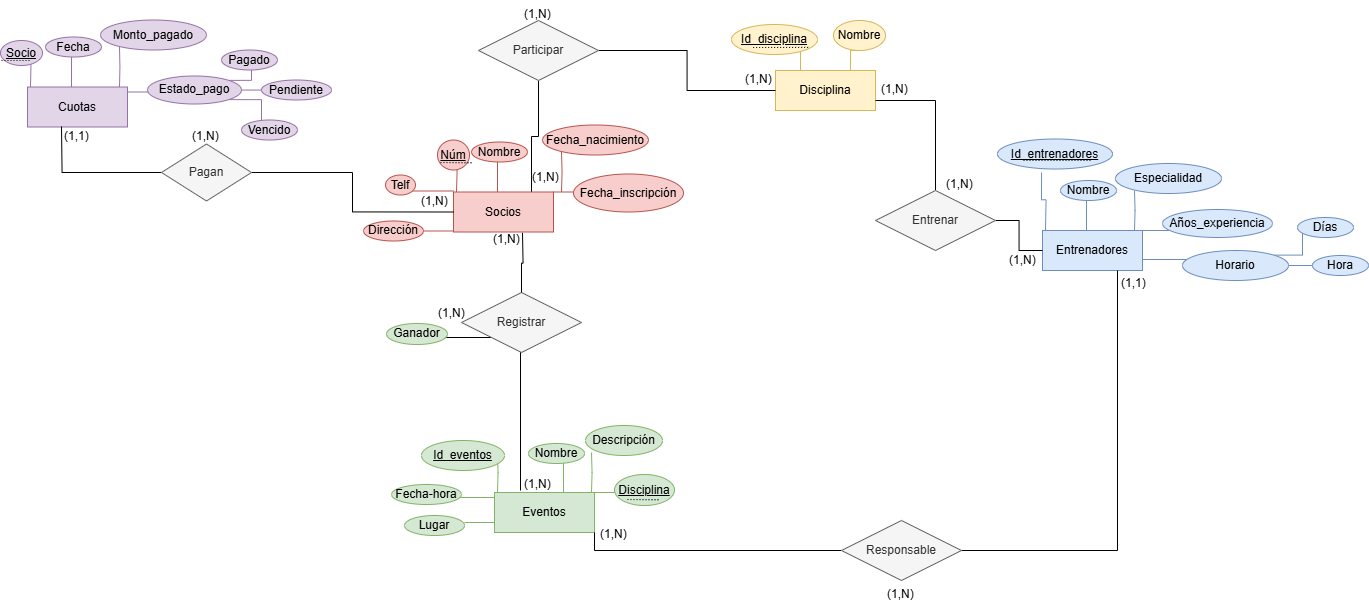
Above: bbdd/sheet04/ModeloER.drawio.png in Dorianaadc/Bootcamp (draw.io), before the change. Source tidied: cells renumbered, new cells last; positions are measured from the earlier drawing's top-left corner, leaving out a move shared by most shapes.
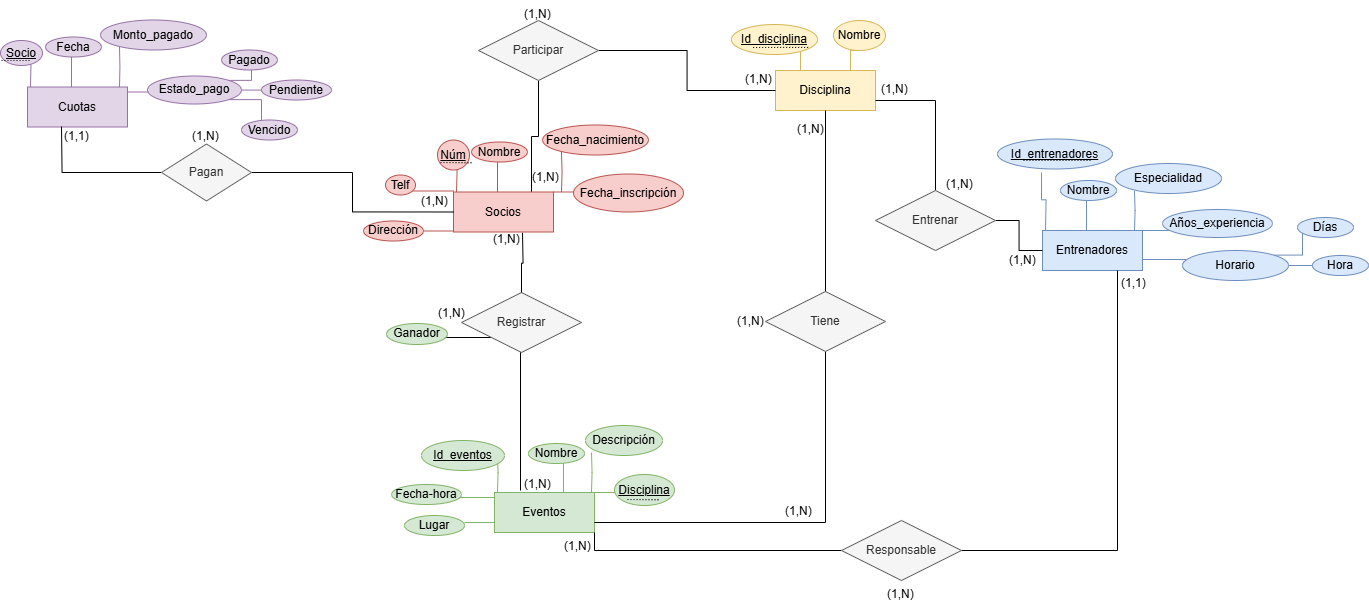
After the change.

Change to the diagram source:
```diff
@@ -175,6 +175,9 @@
     <mxCell id="40" value="Lugar" style="ellipse;whiteSpace=wrap;html=1;align=center;fillColor=#d5e8d4;strokeColor=#82b366;" parent="1" vertex="1">
       <mxGeometry x="404" y="515" width="60" height="20" as="geometry" />
     </mxCell>
+    <mxCell id="102" style="edgeStyle=orthogonalEdgeStyle;rounded=0;jettySize=auto;html=1;entryX=0.5;entryY=1;entryDx=0;entryDy=0;endArrow=none;startFill=0;exitX=1;exitY=0.75;exitDx=0;exitDy=0;" parent="1" edge="1" source="35" target="104">
+      <mxGeometry relative="1" as="geometry" />
+    </mxCell>
     <mxCell id="41" value="Disciplina" style="ellipse;whiteSpace=wrap;html=1;align=center;fillColor=#d5e8d4;strokeColor=#82b366;fontStyle=4;" parent="1" vertex="1">
       <mxGeometry x="614" y="474" width="60" height="31" as="geometry" />
     </mxCell>
@@ -268,6 +271,12 @@
     <mxCell id="63" value="Ganador" style="ellipse;whiteSpace=wrap;html=1;align=center;fillColor=#d5e8d4;strokeColor=#82b366;" parent="1" vertex="1">
       <mxGeometry x="386" y="323" width="61" height="21" as="geometry" />
     </mxCell>
+    <mxCell id="103" style="edgeStyle=orthogonalEdgeStyle;rounded=0;jettySize=auto;html=1;endArrow=none;startFill=0;" parent="1" edge="1" source="104" target="44">
+      <mxGeometry relative="1" as="geometry" />
+    </mxCell>
+    <mxCell id="104" value="Tiene" style="shape=rhombus;perimeter=rhombusPerimeter;whiteSpace=wrap;html=1;align=center;fillColor=#f5f5f5;fontColor=#333333;strokeColor=#666666;" parent="1" vertex="1">
+      <mxGeometry x="765" y="291" width="120" height="60" as="geometry" />
+    </mxCell>
     <mxCell id="64" value="(1,N)" style="text;strokeColor=none;fillColor=none;spacingLeft=4;spacingRight=4;overflow=hidden;fontSize=12;whiteSpace=wrap;html=1;" parent="1" vertex="1">
       <mxGeometry x="526" y="162.5" width="40" height="30" as="geometry" />
     </mxCell>
@@ -412,10 +421,19 @@
       <mxGeometry x="1115" y="269" width="40" height="30" as="geometry" />
     </mxCell>
     <mxCell id="100" value="(1,N)" style="text;strokeColor=none;fillColor=none;spacingLeft=4;spacingRight=4;overflow=hidden;fontSize=12;whiteSpace=wrap;html=1;" parent="1" vertex="1">
-      <mxGeometry x="594" y="520" width="40" height="30" as="geometry" />
+      <mxGeometry x="558" y="532" width="40" height="30" as="geometry" />
     </mxCell>
     <mxCell id="101" value="(1,N)" style="text;strokeColor=none;fillColor=none;spacingLeft=4;spacingRight=4;overflow=hidden;fontSize=12;whiteSpace=wrap;html=1;" parent="1" vertex="1">
       <mxGeometry x="881" y="580" width="40" height="30" as="geometry" />
     </mxCell>
+    <mxCell id="105" value="(1,N)" style="text;strokeColor=none;fillColor=none;spacingLeft=4;spacingRight=4;overflow=hidden;fontSize=12;whiteSpace=wrap;html=1;" parent="1" vertex="1">
+      <mxGeometry x="791" y="114.5" width="40" height="30" as="geometry" />
+    </mxCell>
+    <mxCell id="106" value="(1,N)" style="text;strokeColor=none;fillColor=none;spacingLeft=4;spacingRight=4;overflow=hidden;fontSize=12;whiteSpace=wrap;html=1;" parent="1" vertex="1">
+      <mxGeometry x="731" y="307" width="40" height="30" as="geometry" />
+    </mxCell>
+    <mxCell id="107" value="(1,N)" style="text;strokeColor=none;fillColor=none;spacingLeft=4;spacingRight=4;overflow=hidden;fontSize=12;whiteSpace=wrap;html=1;" parent="1" vertex="1">
+      <mxGeometry x="779" y="497" width="40" height="30" as="geometry" />
+    </mxCell>
   </root>
 </mxGraphModel>
```
